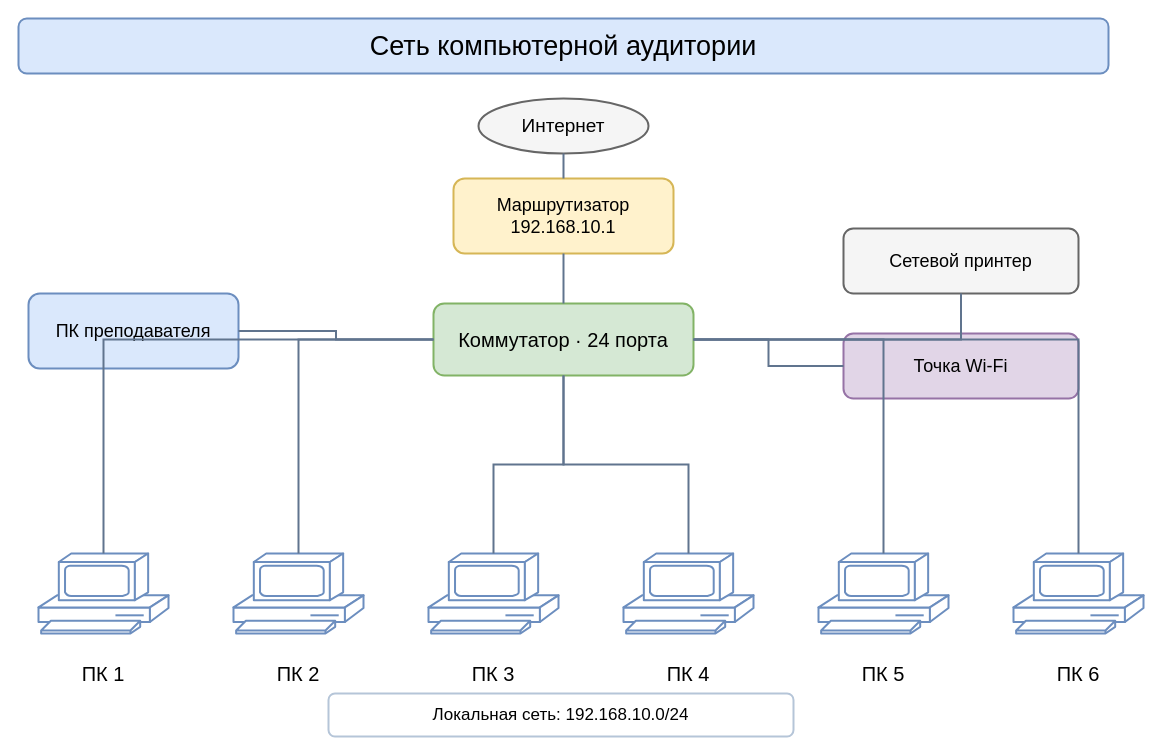
Earlier version of the draw.io diagram labs/classroom-network/classroom_network.drawio (lastuser55556/computer-networks). Source tidied: cells renumbered, new cells numbered last; positions are measured from the earlier drawing's top-left corner, leaving out a move shared by most shapes. Both pictures are drawn from the tidied source at 100%, with x=0, y=0 at pixel (18, 18).
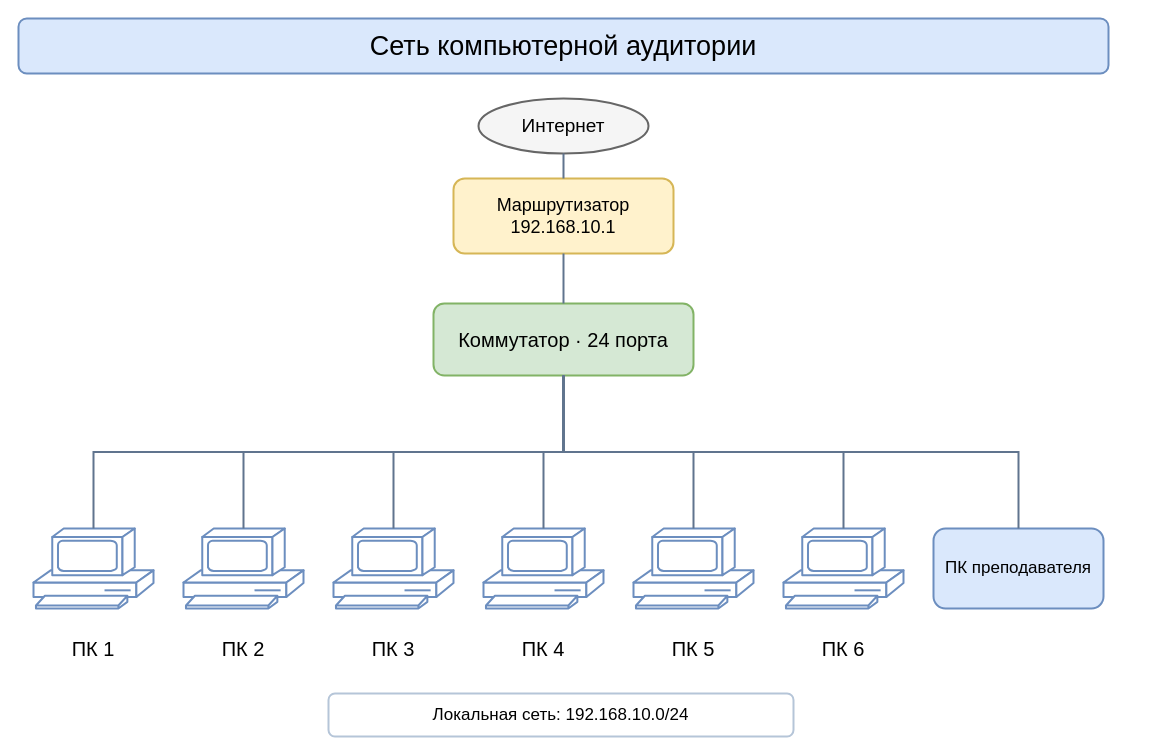
The same diagram, later.

Commit message:
docs: simplify classroom network topology

Unchanged cells that the change refers to:
```xml
<mxCell id="5" value="Коммутатор · 24 порта" style="rounded=1;whiteSpace=wrap;html=1;align=center;verticalAlign=middle;fontSize=20;fontFamily=Arial;fillColor=#d5e8d4;strokeColor=#82b366;strokeWidth=2;" parent="1" vertex="1">
  <mxGeometry x="415" y="285" width="260" height="72" as="geometry" />
</mxCell>
```

The edit, as a diff of the source:
```diff
@@
-    <mxCell id="6" value="ПК преподавателя" style="rounded=1;whiteSpace=wrap;html=1;align=center;verticalAlign=middle;fontSize=18;fontFamily=Arial;fillColor=#dae8fc;strokeColor=#6c8ebf;strokeWidth=2;" parent="1" vertex="1">
-      <mxGeometry x="10" y="275" width="210" height="75" as="geometry" />
-    </mxCell>
-    <mxCell id="7" value="Сетевой принтер" style="rounded=1;whiteSpace=wrap;html=1;align=center;verticalAlign=middle;fontSize=18;fontFamily=Arial;fillColor=#f5f5f5;strokeColor=#666666;strokeWidth=2;" parent="1" vertex="1">
-      <mxGeometry x="825" y="210" width="235" height="65" as="geometry" />
-    </mxCell>
-    <mxCell id="8" value="Точка Wi-Fi" style="rounded=1;whiteSpace=wrap;html=1;align=center;verticalAlign=middle;fontSize=18;fontFamily=Arial;fillColor=#e1d5e7;strokeColor=#9673a6;strokeWidth=2;" parent="1" vertex="1">
-      <mxGeometry x="825" y="315" width="235" height="65" as="geometry" />
-    </mxCell>
     <mxCell id="9" value="ПК 1" style="shape=mxgraph.cisco.computers_and_peripherals.pc;verticalLabelPosition=bottom;verticalAlign=top;whiteSpace=wrap;html=1;align=center;verticalAlign=middle;fontSize=20;fontFamily=Arial;fillColor=#ffffff;strokeColor=#6c8ebf;strokeWidth=2;" parent="1" vertex="1">
-      <mxGeometry x="20" y="535" width="130" height="80" as="geometry" />
+      <mxGeometry x="15" y="510" width="120" height="80" as="geometry" />
     </mxCell>
     <mxCell id="10" value="ПК 2" style="shape=mxgraph.cisco.computers_and_peripherals.pc;verticalLabelPosition=bottom;verticalAlign=top;whiteSpace=wrap;html=1;align=center;verticalAlign=middle;fontSize=20;fontFamily=Arial;fillColor=#ffffff;strokeColor=#6c8ebf;strokeWidth=2;" parent="1" vertex="1">
-      <mxGeometry x="215" y="535" width="130" height="80" as="geometry" />
+      <mxGeometry x="165" y="510" width="120" height="80" as="geometry" />
     </mxCell>
     <mxCell id="11" value="ПК 3" style="shape=mxgraph.cisco.computers_and_peripherals.pc;verticalLabelPosition=bottom;verticalAlign=top;whiteSpace=wrap;html=1;align=center;verticalAlign=middle;fontSize=20;fontFamily=Arial;fillColor=#ffffff;strokeColor=#6c8ebf;strokeWidth=2;" parent="1" vertex="1">
-      <mxGeometry x="410" y="535" width="130" height="80" as="geometry" />
+      <mxGeometry x="315" y="510" width="120" height="80" as="geometry" />
     </mxCell>
     <mxCell id="12" value="ПК 4" style="shape=mxgraph.cisco.computers_and_peripherals.pc;verticalLabelPosition=bottom;verticalAlign=top;whiteSpace=wrap;html=1;align=center;verticalAlign=middle;fontSize=20;fontFamily=Arial;fillColor=#ffffff;strokeColor=#6c8ebf;strokeWidth=2;" parent="1" vertex="1">
-      <mxGeometry x="605" y="535" width="130" height="80" as="geometry" />
+      <mxGeometry x="465" y="510" width="120" height="80" as="geometry" />
     </mxCell>
     <mxCell id="13" value="ПК 5" style="shape=mxgraph.cisco.computers_and_peripherals.pc;verticalLabelPosition=bottom;verticalAlign=top;whiteSpace=wrap;html=1;align=center;verticalAlign=middle;fontSize=20;fontFamily=Arial;fillColor=#ffffff;strokeColor=#6c8ebf;strokeWidth=2;" parent="1" vertex="1">
-      <mxGeometry x="800" y="535" width="130" height="80" as="geometry" />
+      <mxGeometry x="615" y="510" width="120" height="80" as="geometry" />
     </mxCell>
     <mxCell id="14" value="ПК 6" style="shape=mxgraph.cisco.computers_and_peripherals.pc;verticalLabelPosition=bottom;verticalAlign=top;whiteSpace=wrap;html=1;align=center;verticalAlign=middle;fontSize=20;fontFamily=Arial;fillColor=#ffffff;strokeColor=#6c8ebf;strokeWidth=2;" parent="1" vertex="1">
-      <mxGeometry x="995" y="535" width="130" height="80" as="geometry" />
+      <mxGeometry x="765" y="510" width="120" height="80" as="geometry" />
     </mxCell>
+    <mxCell id="6" value="ПК преподавателя" style="rounded=1;whiteSpace=wrap;html=1;align=center;verticalAlign=middle;fontSize=17;fontFamily=Arial;fillColor=#dae8fc;strokeColor=#6c8ebf;strokeWidth=2;" parent="1" vertex="1">
+      <mxGeometry x="915" y="510" width="170" height="80" as="geometry" />
+    </mxCell>
@@
-    <mxCell id="18" style="edgeStyle=orthogonalEdgeStyle;rounded=0;jettySize=auto;html=1;endArrow=none;strokeColor=#60748e;strokeWidth=2;" parent="1" edge="1" source="6" target="5">
+    <mxCell id="18" style="edgeStyle=orthogonalEdgeStyle;rounded=0;jettySize=auto;html=1;endArrow=none;strokeColor=#60748e;strokeWidth=2;exitX=0.5;exitY=1;entryX=0.5;entryY=0;" parent="1" edge="1" source="5" target="6">
       <mxGeometry relative="1" as="geometry" />
     </mxCell>
-    <mxCell id="19" style="edgeStyle=orthogonalEdgeStyle;rounded=0;jettySize=auto;html=1;endArrow=none;strokeColor=#60748e;strokeWidth=2;" parent="1" edge="1" source="5" target="7">
-      <mxGeometry relative="1" as="geometry" />
-    </mxCell>
-    <mxCell id="20" style="edgeStyle=orthogonalEdgeStyle;rounded=0;jettySize=auto;html=1;endArrow=none;strokeColor=#60748e;strokeWidth=2;" parent="1" edge="1" source="5" target="8">
-      <mxGeometry relative="1" as="geometry" />
-    </mxCell>
-    <mxCell id="21" style="edgeStyle=orthogonalEdgeStyle;rounded=0;jettySize=auto;html=1;endArrow=none;strokeColor=#60748e;strokeWidth=2;" parent="1" edge="1" source="5" target="9">
+    <mxCell id="21" style="edgeStyle=orthogonalEdgeStyle;rounded=0;jettySize=auto;html=1;endArrow=none;strokeColor=#60748e;strokeWidth=2;exitX=0.5;exitY=1;entryX=0.5;entryY=0;" parent="1" edge="1" source="5" target="9">
       <mxGeometry relative="1" as="geometry" />
     </mxCell>
-    <mxCell id="22" style="edgeStyle=orthogonalEdgeStyle;rounded=0;jettySize=auto;html=1;endArrow=none;strokeColor=#60748e;strokeWidth=2;" parent="1" edge="1" source="5" target="10">
+    <mxCell id="22" style="edgeStyle=orthogonalEdgeStyle;rounded=0;jettySize=auto;html=1;endArrow=none;strokeColor=#60748e;strokeWidth=2;exitX=0.5;exitY=1;entryX=0.5;entryY=0;" parent="1" edge="1" source="5" target="10">
       <mxGeometry relative="1" as="geometry" />
     </mxCell>
-    <mxCell id="23" style="edgeStyle=orthogonalEdgeStyle;rounded=0;jettySize=auto;html=1;endArrow=none;strokeColor=#60748e;strokeWidth=2;" parent="1" edge="1" source="5" target="11">
+    <mxCell id="23" style="edgeStyle=orthogonalEdgeStyle;rounded=0;jettySize=auto;html=1;endArrow=none;strokeColor=#60748e;strokeWidth=2;exitX=0.5;exitY=1;entryX=0.5;entryY=0;" parent="1" edge="1" source="5" target="11">
       <mxGeometry relative="1" as="geometry" />
     </mxCell>
-    <mxCell id="24" style="edgeStyle=orthogonalEdgeStyle;rounded=0;jettySize=auto;html=1;endArrow=none;strokeColor=#60748e;strokeWidth=2;" parent="1" edge="1" source="5" target="12">
+    <mxCell id="24" style="edgeStyle=orthogonalEdgeStyle;rounded=0;jettySize=auto;html=1;endArrow=none;strokeColor=#60748e;strokeWidth=2;exitX=0.5;exitY=1;entryX=0.5;entryY=0;" parent="1" edge="1" source="5" target="12">
       <mxGeometry relative="1" as="geometry" />
     </mxCell>
-    <mxCell id="25" style="edgeStyle=orthogonalEdgeStyle;rounded=0;jettySize=auto;html=1;endArrow=none;strokeColor=#60748e;strokeWidth=2;" parent="1" edge="1" source="5" target="13">
+    <mxCell id="25" style="edgeStyle=orthogonalEdgeStyle;rounded=0;jettySize=auto;html=1;endArrow=none;strokeColor=#60748e;strokeWidth=2;exitX=0.5;exitY=1;entryX=0.5;entryY=0;" parent="1" edge="1" source="5" target="13">
       <mxGeometry relative="1" as="geometry" />
     </mxCell>
-    <mxCell id="26" style="edgeStyle=orthogonalEdgeStyle;rounded=0;jettySize=auto;html=1;endArrow=none;strokeColor=#60748e;strokeWidth=2;" parent="1" edge="1" source="5" target="14">
+    <mxCell id="26" style="edgeStyle=orthogonalEdgeStyle;rounded=0;jettySize=auto;html=1;endArrow=none;strokeColor=#60748e;strokeWidth=2;exitX=0.5;exitY=1;entryX=0.5;entryY=0;" parent="1" edge="1" source="5" target="14">
       <mxGeometry relative="1" as="geometry" />
     </mxCell>
```
